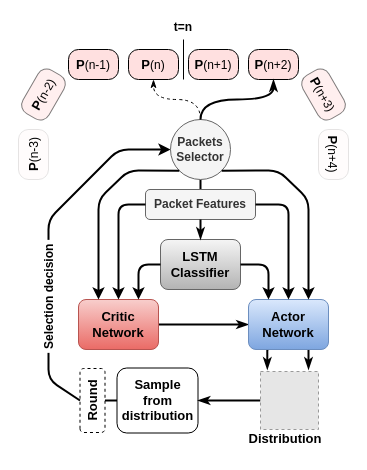
This is paper_rl/img/rnn-sampling.drawio from binh04032003/adversarial-recurrent-ids, a draw.io file, before an edit. Source tidied: cells renumbered, new cells numbered last; positions are measured from the earlier drawing's top-left corner, leaving out a move shared by most shapes. Both pictures are drawn from the tidied source at 100%, with x=0, y=0 at pixel (8, 17). Pictures stored in the file or linked from it are replaced by grey dashed boxes.
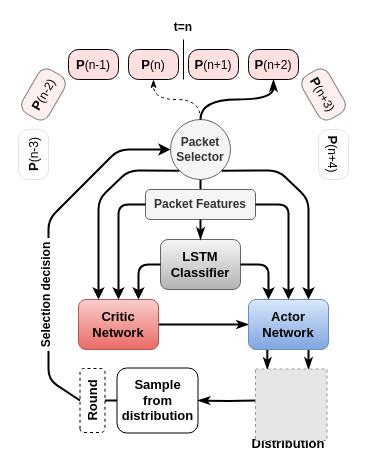
The same diagram, later.

Unchanged cells that the change refers to:
```xml
<mxCell id="22" style="endArrow=classic;html=1;entryX=0;entryY=0.5;entryDx=0;entryDy=0;strokeWidth=2;exitX=0.5;exitY=0;exitDx=0;exitDy=0;" parent="1" edge="1" source="20" target="17">
  <mxGeometry relative="1" as="geometry">
    <Array as="points">
      <mxPoint x="40" y="362" />
      <mxPoint x="40" y="202" />
      <mxPoint x="110" y="132" />
    </Array>
  </mxGeometry>
</mxCell>
<mxCell id="27" value="&lt;div&gt;&lt;font size=&quot;1&quot;&gt;&lt;b style=&quot;font-size: 13px&quot;&gt;Sample&lt;/b&gt;&lt;/font&gt;&lt;/div&gt;&lt;div&gt;&lt;font size=&quot;1&quot;&gt;&lt;b style=&quot;font-size: 13px&quot;&gt; from distribution&lt;/b&gt;&lt;/font&gt;&lt;/div&gt;" style="rounded=1;whiteSpace=wrap;html=1;" parent="1" vertex="1">
  <mxGeometry x="108.5" y="350.5" width="81" height="65" as="geometry" />
</mxCell>
```

Diff of the diagram source:
```diff
@@
-    <mxCell id="17" value="&lt;div&gt;&lt;b&gt;Packets&lt;br&gt;&lt;/b&gt;&lt;/div&gt;&lt;div&gt;&lt;b&gt;Selector&lt;/b&gt;&lt;/div&gt;" style="ellipse;whiteSpace=wrap;html=1;fillColor=#f5f5f5;strokeColor=#666666;fontColor=#333333;" parent="1" vertex="1">
+    <mxCell id="17" value="&lt;div&gt;&lt;b&gt;Packet&lt;br&gt;&lt;/b&gt;&lt;/div&gt;&lt;div&gt;&lt;b&gt;Selector&lt;/b&gt;&lt;/div&gt;" style="ellipse;whiteSpace=wrap;html=1;fillColor=#f5f5f5;strokeColor=#666666;fontColor=#333333;" parent="1" vertex="1">
       <mxGeometry x="162" y="102" width="60" height="60" as="geometry" />
     </mxCell>
@@
     <mxCell id="23" value="&lt;b&gt;&amp;nbsp;Selection decision&amp;nbsp; &lt;br&gt;&lt;/b&gt;" style="text;html=1;align=center;verticalAlign=middle;labelBackgroundColor=#ffffff;rotation=-90;" parent="22" vertex="1">
       <mxGeometry x="0.03" y="-1" relative="1" as="geometry">
-        <mxPoint y="61" as="offset" />
+        <mxPoint x="-3" y="59.1" as="offset" />
       </mxGeometry>
     </mxCell>
@@
-    <mxCell id="28" style="edgeStyle=orthogonalEdgeStyle;rounded=0;jettySize=auto;html=1;exitX=0;exitY=0.5;exitDx=0;exitDy=0;entryX=1;entryY=0.5;entryDx=0;entryDy=0;startArrow=none;startFill=0;endArrow=classicThin;endFill=1;strokeWidth=2;" parent="1" edge="1" source="29" target="27">
-      <mxGeometry relative="1" as="geometry" />
+    <mxCell id="28" style="edgeStyle=orthogonalEdgeStyle;rounded=0;jettySize=auto;html=1;exitX=0;exitY=0.5;exitDx=0;exitDy=0;entryX=1;entryY=0.5;entryDx=0;entryDy=0;startArrow=none;startFill=0;endArrow=classicThin;endFill=1;strokeWidth=2;" parent="1" edge="1" target="27">
+      <mxGeometry relative="1" as="geometry">
+        <mxPoint x="252" y="383" as="sourcePoint" />
+      </mxGeometry>
     </mxCell>
-    <mxCell id="29" style="fillColor=#E6E6E6;strokeColor=#999999;dashed=1;html=1;verticalAlign=top;verticalLabelPosition=bottom;labelBackgroundColor=#ffffff;" parent="1" vertex="1">
-      <mxGeometry x="252" y="354" width="58" height="58" as="geometry" />
-    </mxCell>
     <mxCell id="30" value="&lt;b&gt;&lt;font style=&quot;font-size: 13px&quot;&gt;Distribution&lt;/font&gt;&lt;/b&gt;" style="text;html=1;strokeColor=none;fillColor=none;align=center;verticalAlign=middle;whiteSpace=wrap;rounded=0;opacity=60;" parent="1" vertex="1">
-      <mxGeometry x="257" y="411" width="40" height="20" as="geometry" />
+      <mxGeometry x="260" y="415.5" width="40" height="20" as="geometry" />
     </mxCell>
@@
+    <mxCell id="38" style="fillColor=#E6E6E6;strokeColor=#999999;dashed=1;verticalLabelPosition=bottom;labelBackgroundColor=#ffffff;verticalAlign=top;" parent="1" vertex="1">
+      <mxGeometry x="247" y="351.5" width="71.5" height="71.5" as="geometry" />
+    </mxCell>
```
